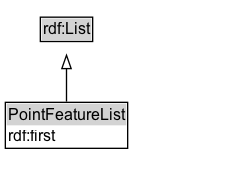
ISO-TC204/ontology-its-location-v1 keeps this Graphviz diagram as docs/diagrams/PointFeatureList.dot.png. Above is the earlier version. Its source is kept beside it as docs/diagrams/PointFeatureList.dot. Source of this version:
```dot
digraph {
	graph [overlap=false rankdir=TB splines=true]
	node [fontname=Arial fontsize=12 margin=0 shape=none]
	edge [fontname=Arial fontsize=11]
	{
		rank=source
		rdf_List [label=<<TABLE BORDER="1" CELLBORDER="0" CELLSPACING="0" CELLPADDING="1"><TR><TD BGCOLOR="lightgray" ALIGN="CENTER">rdf:List</TD></TR></TABLE>> URL="https://w3id.org/citydata/imported/rdf/latest/List" margin=0]
	}
	PointFeatureList [label=<<TABLE BORDER="1" CELLBORDER="0" CELLSPACING="0" CELLPADDING="1"><TR><TD BGCOLOR="lightgray" ALIGN="CENTER">PointFeatureList</TD></TR><TR><TD ALIGN="LEFT">rdf:first</TD></TR></TABLE>> URL="../PointFeatureList" margin=0]
	{
		rank=max
	}
	subgraph cluster_associated {
		label="" style=invis
		Invis [label=<<TABLE BORDER="0" CELLBORDER="0" CELLSPACING="0" CELLPADDING="1"><TR><TD></TD></TR></TABLE>> margin=0 style=invis]
	}
	PointFeatureList -> rdf_List [arrowhead=onormal style=solid]
}
```
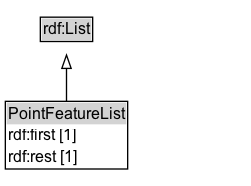
After the change.

Diff of the diagram source:
```diff
@@ -6,7 +6,7 @@
 		rank=source
 		rdf_List [label=<<TABLE BORDER="1" CELLBORDER="0" CELLSPACING="0" CELLPADDING="1"><TR><TD BGCOLOR="lightgray" ALIGN="CENTER">rdf:List</TD></TR></TABLE>> URL="https://w3id.org/citydata/imported/rdf/latest/List" margin=0]
 	}
-	PointFeatureList [label=<<TABLE BORDER="1" CELLBORDER="0" CELLSPACING="0" CELLPADDING="1"><TR><TD BGCOLOR="lightgray" ALIGN="CENTER">PointFeatureList</TD></TR><TR><TD ALIGN="LEFT">rdf:first</TD></TR></TABLE>> URL="../PointFeatureList" margin=0]
+	PointFeatureList [label=<<TABLE BORDER="1" CELLBORDER="0" CELLSPACING="0" CELLPADDING="1"><TR><TD BGCOLOR="lightgray" ALIGN="CENTER">PointFeatureList</TD></TR><TR><TD ALIGN="LEFT">rdf:first [1]</TD></TR><TR><TD ALIGN="LEFT">rdf:rest [1]</TD></TR></TABLE>> URL="../PointFeatureList" margin=0]
 	{
 		rank=max
 	}
```
